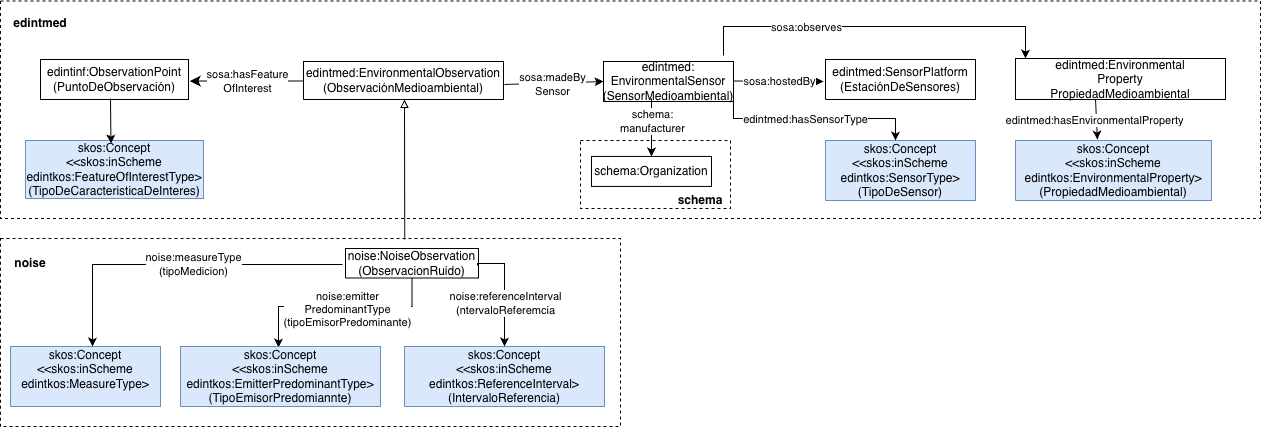
oeg-upm/edint-ontologia-contaminacion-acustica keeps this draw.io diagram as diagrams/diagrama-conceptual.png. Above is the earlier version. Source tidied: cells renumbered, new cells last; positions are measured from the earlier drawing's top-left corner, leaving out a move shared by most shapes.
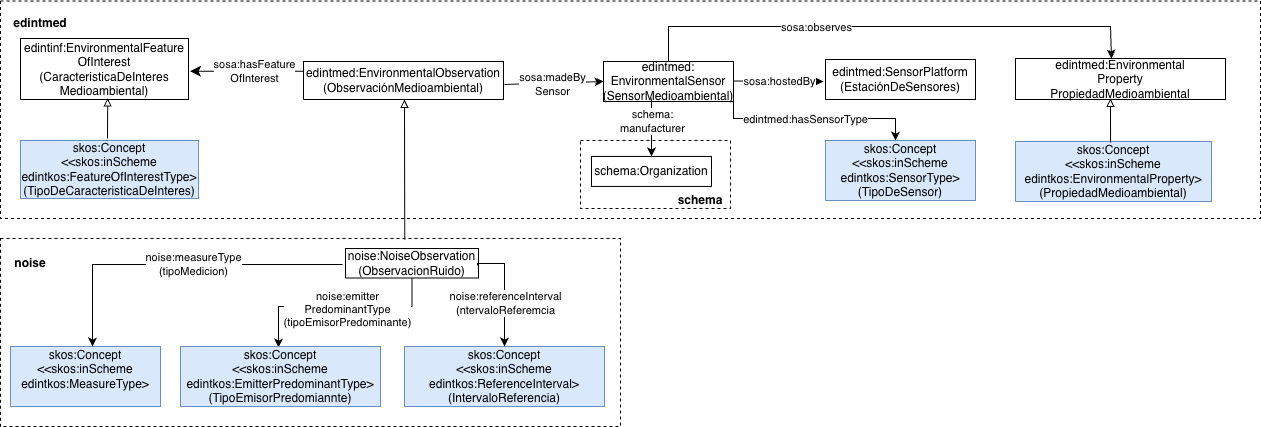
After the commit.

Commit message:
Actualización diagrama conceptual

Actualización diagrama conceptual

The edit, as a diff of the source:
```diff
@@ -29,8 +29,8 @@
         <mxPoint x="-16" as="offset" />
       </mxGeometry>
     </mxCell>
-    <mxCell id="9" value="edintinf:ObservationPoint&lt;div&gt;(PuntoDeObservación)&lt;/div&gt;" style="verticalAlign=middle;align=center;vsdxID=334;shape=(stored shape, 160 characters);labelBackgroundColor=none;rounded=0;html=1;whiteSpace=wrap;fontSize=12;" parent="1" vertex="1">
-      <mxGeometry x="40" y="59" width="148" height="40" as="geometry" />
+    <mxCell id="9" value="edintinf:EnvironmentalFeature&lt;div&gt;OfInterest&lt;br&gt;&lt;div&gt;(CaracteristicaDeInteres&lt;/div&gt;&lt;div&gt;Medioambiental)&lt;/div&gt;&lt;/div&gt;" style="verticalAlign=middle;align=center;vsdxID=334;shape=(stored shape, 160 characters);labelBackgroundColor=none;rounded=0;html=1;whiteSpace=wrap;fontSize=12;" parent="1" vertex="1">
+      <mxGeometry x="20" y="38" width="168" height="61" as="geometry" />
     </mxCell>
     <mxCell id="10" style="edgeStyle=segmentEdgeStyle;endArrow=none;html=1;curved=0;rounded=0;endSize=8;startSize=8;sourcePerimeterSpacing=0;targetPerimeterSpacing=0;endFill=0;startArrow=classic;startFill=1;fontSize=12;exitX=1.009;exitY=0.537;exitDx=0;exitDy=0;exitPerimeter=0;entryX=0;entryY=0.579;entryDx=0;entryDy=0;entryPerimeter=0;" parent="1" edge="1" source="9" target="17">
       <mxGeometry relative="1" as="geometry" />
@@ -53,7 +53,7 @@
       <mxGeometry x="825" y="59" width="150" height="40" as="geometry" />
     </mxCell>
     <mxCell id="16" value="&lt;div&gt;skos:Concept&lt;/div&gt;&lt;div&gt;&amp;lt;&amp;lt;skos:inScheme edintkos:EnvironmentalProperty&amp;gt;&lt;/div&gt;&lt;div&gt;(PropiedadMedioambiental)&lt;/div&gt;" style="verticalAlign=middle;align=center;vsdxID=334;shape=(stored shape, 160 characters);labelBackgroundColor=none;rounded=0;html=1;whiteSpace=wrap;fillColor=#dae8fc;strokeColor=#6c8ebf;" parent="1" vertex="1">
-      <mxGeometry x="1015" y="139.9" width="196" height="60" as="geometry" />
+      <mxGeometry x="1015" y="140.9" width="196" height="60" as="geometry" />
     </mxCell>
     <mxCell id="17" value="&lt;font style=&quot;color: rgb(0, 0, 0); direction: ltr; letter-spacing: 0px; line-height: 120%; opacity: 1;&quot;&gt;edintmed:EnvironmentalObservation&lt;/font&gt;&lt;div&gt;&lt;font style=&quot;color: rgb(0, 0, 0); direction: ltr; letter-spacing: 0px; line-height: 120%; opacity: 1;&quot;&gt;(ObservaciónMedioambiental)&lt;/font&gt;&lt;/div&gt;" style="verticalAlign=middle;align=center;vsdxID=334;shape=(stored shape, 160 characters);labelBackgroundColor=none;rounded=0;html=1;whiteSpace=wrap;fontSize=12;strokeColor=#000000;" parent="1" vertex="1">
       <mxGeometry x="303" y="61" width="200" height="38" as="geometry" />
@@ -113,14 +113,11 @@
     <mxCell id="29" value="edintmed:hasSensorType" style="edgeLabel;html=1;align=center;verticalAlign=middle;" parent="28" vertex="1">
       <mxGeometry x="-0.07" relative="1" as="geometry" />
     </mxCell>
-    <mxCell id="30" style="edgeStyle=orthogonalEdgeStyle;rounded=0;orthogonalLoop=1;jettySize=auto;html=1;fontColor=#009900;strokeColor=light-dark(#000000,#000000);jumpStyle=arc;" parent="1" edge="1">
+    <mxCell id="30" style="edgeStyle=orthogonalEdgeStyle;rounded=0;jettySize=auto;html=1;fontColor=#009900;strokeColor=light-dark(#000000,#000000);jumpStyle=arc;exitX=0.5;exitY=0;exitDx=0;exitDy=0;entryX=0.457;entryY=0;entryDx=0;entryDy=0;entryPerimeter=0;" parent="1" edge="1" source="4" target="24">
       <mxGeometry relative="1" as="geometry">
-        <mxPoint x="723" y="55" as="sourcePoint" />
-        <mxPoint x="1025" y="58" as="targetPoint" />
         <Array as="points">
-          <mxPoint x="723" y="26" />
-          <mxPoint x="1025" y="26" />
-          <mxPoint x="1025" y="58" />
+          <mxPoint x="668" y="26" />
+          <mxPoint x="1110" y="26" />
         </Array>
       </mxGeometry>
     </mxCell>
@@ -129,16 +126,6 @@
         <mxPoint x="-64" y="1" as="offset" />
       </mxGeometry>
     </mxCell>
-    <mxCell id="32" style="endArrow=classic;html=1;rounded=0;entryX=0.418;entryY=-0.016;entryDx=0;entryDy=0;entryPerimeter=0;" parent="1" edge="1" target="16">
-      <mxGeometry relative="1" as="geometry">
-        <mxPoint x="1095" y="99" as="sourcePoint" />
-      </mxGeometry>
-    </mxCell>
-    <mxCell id="33" value="edintmed:hasEnvironmentalProperty" style="edgeLabel;html=1;align=center;verticalAlign=middle;" parent="32" vertex="1">
-      <mxGeometry x="-0.3" y="-2" relative="1" as="geometry">
-        <mxPoint y="6" as="offset" />
-      </mxGeometry>
-    </mxCell>
     <mxCell id="34" value="&lt;div&gt;skos:Concept&lt;/div&gt;&lt;div&gt;&amp;lt;&amp;lt;skos:inScheme edintkos:MeasureType&amp;gt;&lt;/div&gt;&lt;div&gt;&lt;br&gt;&lt;/div&gt;" style="verticalAlign=middle;align=center;vsdxID=334;shape=(stored shape, 160 characters);labelBackgroundColor=none;rounded=0;html=1;whiteSpace=wrap;fillColor=#dae8fc;strokeColor=#6c8ebf;" parent="1" vertex="1">
       <mxGeometry x="10" y="346.1" width="150" height="60" as="geometry" />
     </mxCell>
@@ -172,12 +159,17 @@
       </mxGeometry>
     </mxCell>
     <mxCell id="41" value="&lt;div&gt;skos:Concept&lt;/div&gt;&lt;div&gt;&amp;lt;&amp;lt;skos:inScheme edintkos:FeatureOfInterest&lt;span style=&quot;background-color: transparent; color: light-dark(rgb(0, 0, 0), rgb(255, 255, 255));&quot;&gt;Type&amp;gt;&lt;/span&gt;&lt;/div&gt;&lt;div&gt;(TipoDeCaracteristicaDeInteres)&lt;/div&gt;" style="verticalAlign=middle;align=center;vsdxID=334;shape=(stored shape, 160 characters);labelBackgroundColor=none;rounded=0;html=1;whiteSpace=wrap;fillColor=#dae8fc;strokeColor=#6c8ebf;" parent="1" vertex="1">
-      <mxGeometry x="25" y="139.9" width="178" height="58.1" as="geometry" />
+      <mxGeometry x="20" y="139.9" width="178" height="58.1" as="geometry" />
     </mxCell>
-    <mxCell id="42" style="endArrow=classic;html=1;rounded=0;entryX=0.48;entryY=0.051;entryDx=0;entryDy=0;entryPerimeter=0;" parent="1" edge="1" target="41">
-      <mxGeometry relative="1" as="geometry">
-        <mxPoint x="110" y="98" as="sourcePoint" />
-      </mxGeometry>
-    </mxCell>
+    <mxCell id="43" style="endArrow=block;html=1;rounded=0;entryX=0.519;entryY=0.975;entryDx=0;entryDy=0;entryPerimeter=0;endFill=0;" parent="1" edge="1" target="9">
+      <mxGeometry relative="1" as="geometry">
+        <mxPoint x="107" y="138" as="sourcePoint" />
+      </mxGeometry>
+    </mxCell>
+    <mxCell id="44" style="endArrow=block;html=1;rounded=0;endFill=0;exitX=0.485;exitY=0.017;exitDx=0;exitDy=0;exitPerimeter=0;" parent="1" edge="1" source="16">
+      <mxGeometry relative="1" as="geometry">
+        <mxPoint x="1110" y="98" as="targetPoint" />
+      </mxGeometry>
+    </mxCell>
   </root>
 </mxGraphModel>
```
